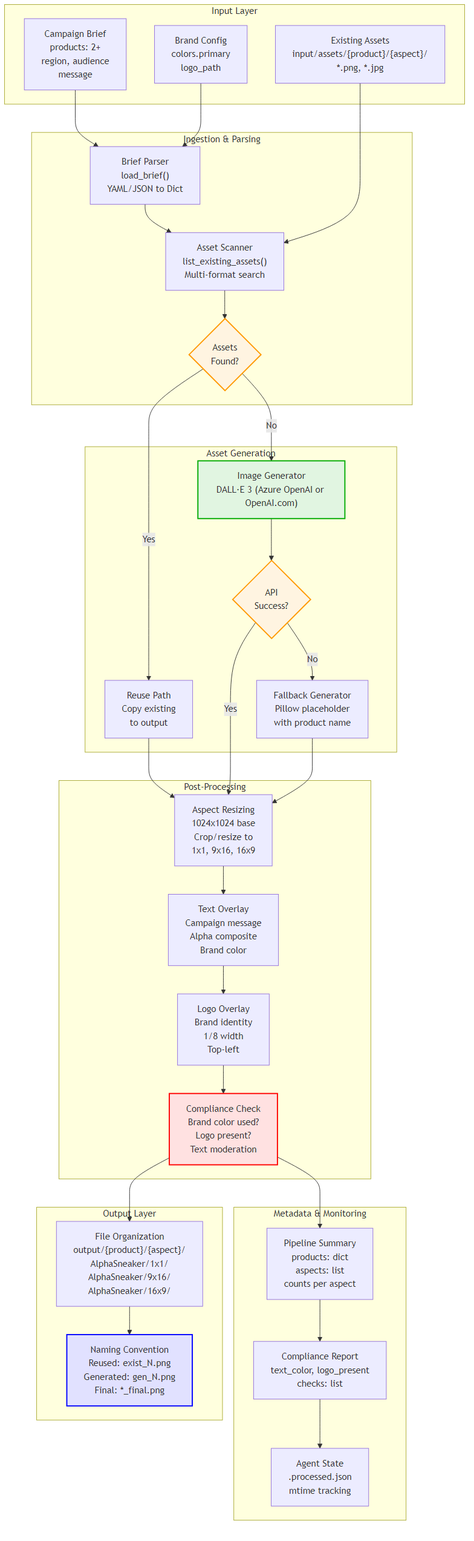
Above: docs/data_flow_diagram.png in serapsen/ai-automation (Mermaid), before the change. Its source is kept beside it as docs/data_flow_diagram.mmd.
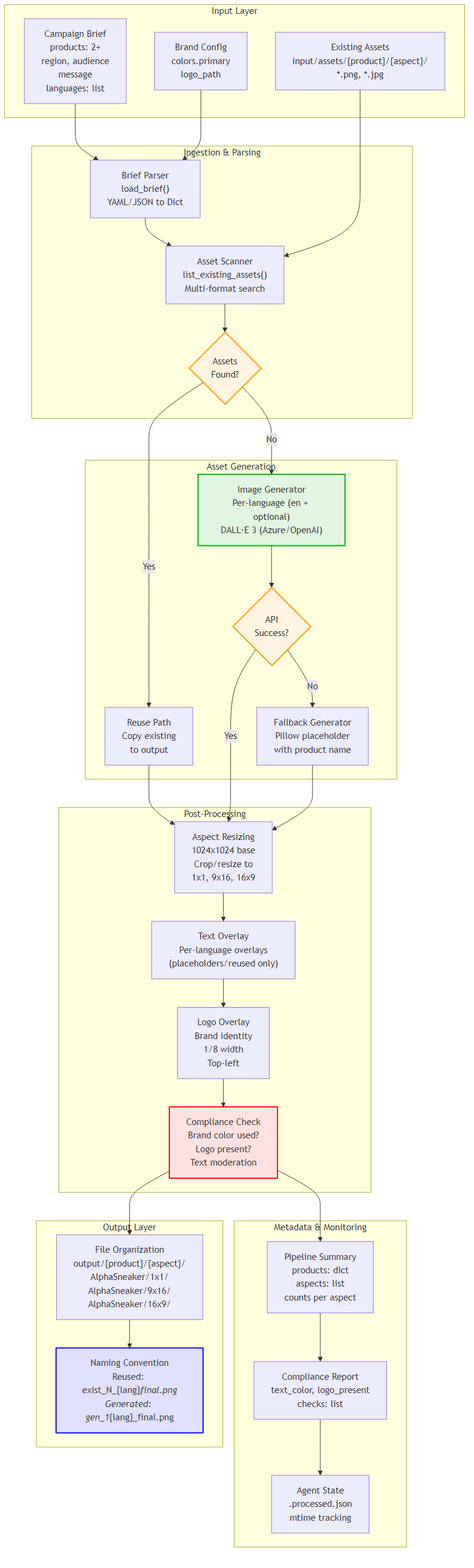
The same file after the commit.

The edit, as a diff of the source:
```diff
@@ -1,6 +1,6 @@
 flowchart TB
   subgraph "Input Layer"
-    A1["Campaign Brief<br/>products: 2+<br/>region, audience<br/>message"]
+    A1["Campaign Brief<br/>products: 2+<br/>region, audience<br/>message<br/>languages: list"]
     A2["Brand Config<br/>colors.primary<br/>logo_path"]
     A3["Existing Assets<br/>input/assets/{product}/{aspect}/<br/>*.png, *.jpg"]
   end
@@ -13,21 +13,21 @@
 
   subgraph "Asset Generation"
     C1["Reuse Path<br/>Copy existing<br/>to output"]
-    C2["Image Generator<br/>DALL·E 3 (Azure OpenAI or OpenAI.com)"]
+    C2["Image Generator<br/>Per-language (en + optional)<br/>DALL·E 3 (Azure/OpenAI)"]
     C3["Fallback Generator<br/>Pillow placeholder<br/>with product name"]
     C4{"API<br/>Success?"}
   end
 
   subgraph "Post-Processing"
     D1["Aspect Resizing<br/>1024x1024 base<br/>Crop/resize to<br/>1x1, 9x16, 16x9"]
-    D2["Text Overlay<br/>Campaign message<br/>Alpha composite<br/>Brand color"]
+    D2["Text Overlay<br/>Per-language overlays<br/>(placeholders/reused only)"]
     D3["Logo Overlay<br/>Brand identity<br/>1/8 width<br/>Top-left"]
     D4["Compliance Check<br/>Brand color used?<br/>Logo present?<br/>Text moderation"]
   end
 
   subgraph "Output Layer"
     E1["File Organization<br/>output/{product}/{aspect}/<br/>AlphaSneaker/1x1/<br/>AlphaSneaker/9x16/<br/>AlphaSneaker/16x9/"]
-    E2["Naming Convention<br/>Reused: exist_N.png<br/>Generated: gen_N.png<br/>Final: *_final.png"]
+    E2["Naming Convention<br/>Reused: exist_N_{lang}_final.png<br/>Generated: gen_1_{lang}_final.png"]
   end
 
   subgraph "Metadata & Monitoring"
```
